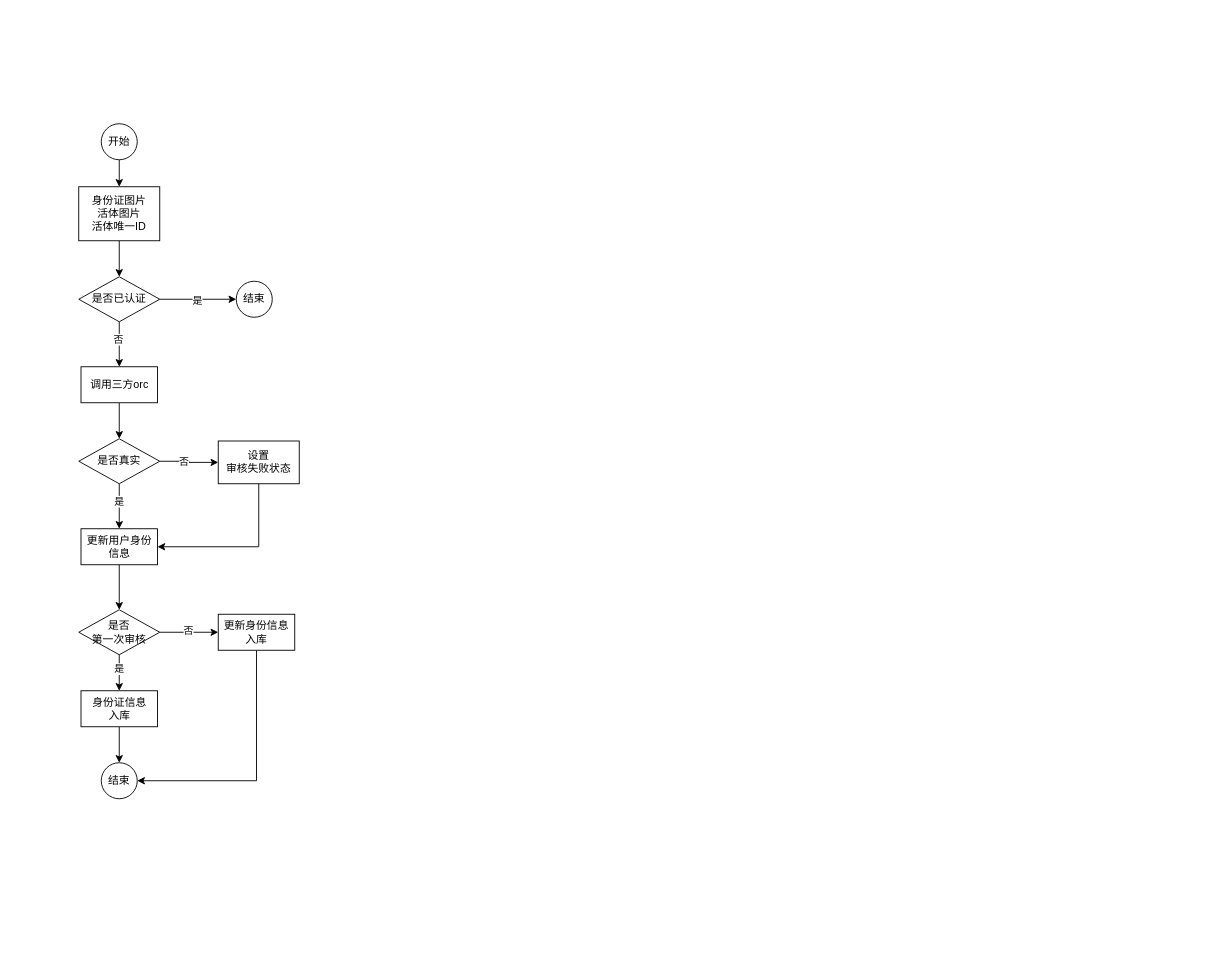
The draw.io diagram 身份认证流程.drawio in jarcn/pic, before the edit. Source tidied: cells renumbered, new cells numbered last; positions are measured from the earlier drawing's top-left corner, leaving out a move shared by most shapes. Both pictures are drawn from the tidied source at 90%, with x=0, y=0 at pixel (78, 123).
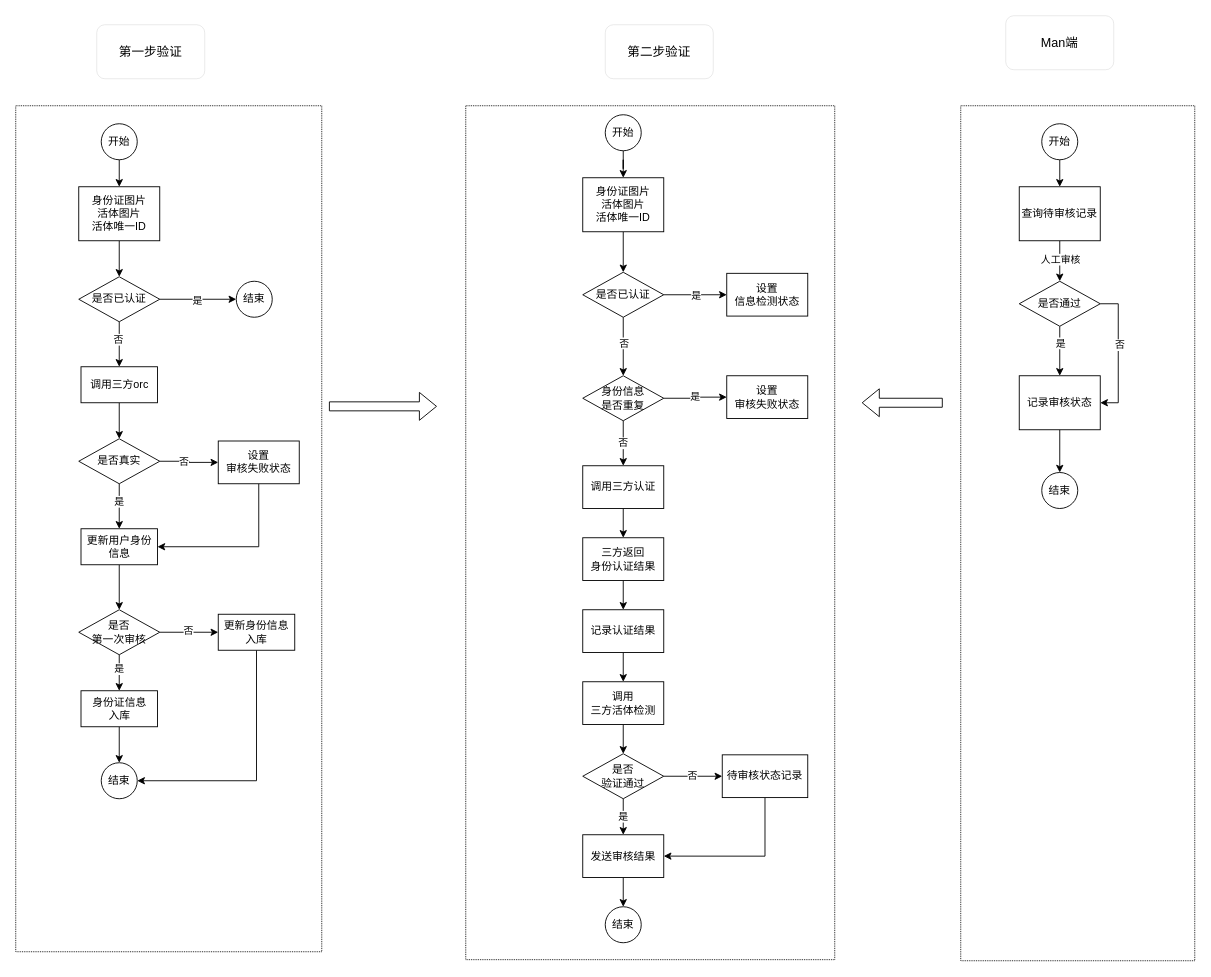
Above is the later version.

Commit message (it also covers changes not shown here):
Update 身份认证流程.drawio

The edit, as a diff of the source:
```diff
@@
+    <mxCell id="33" style="rounded=0;whiteSpace=wrap;html=1;dashed=1;dashPattern=1 1;fontSize=15;" parent="1" vertex="1">
+      <mxGeometry x="-70" y="-20" width="340" height="940" as="geometry" />
+    </mxCell>
+    <mxCell id="34" style="rounded=0;whiteSpace=wrap;html=1;dashed=1;dashPattern=1 1;" parent="1" vertex="1">
+      <mxGeometry x="980" y="-20" width="260" height="950" as="geometry" />
+    </mxCell>
+    <mxCell id="35" style="rounded=0;whiteSpace=wrap;html=1;dashed=1;dashPattern=1 1;" parent="1" vertex="1">
+      <mxGeometry x="430" y="-20" width="410" height="948.8" as="geometry" />
+    </mxCell>
@@
+    <mxCell id="36" style="edgeStyle=orthogonalEdgeStyle;rounded=0;jettySize=auto;html=1;exitX=0.5;exitY=1;exitDx=0;exitDy=0;" parent="1" edge="1" source="37" target="39">
+      <mxGeometry relative="1" as="geometry" />
+    </mxCell>
+    <mxCell id="37" value="开始" style="ellipse;whiteSpace=wrap;html=1;" parent="1" vertex="1">
+      <mxGeometry x="585" y="-10" width="40" height="40" as="geometry" />
+    </mxCell>
+    <mxCell id="38" style="edgeStyle=orthogonalEdgeStyle;rounded=0;jettySize=auto;html=1;exitX=0.5;exitY=1;exitDx=0;exitDy=0;entryX=0.5;entryY=0;entryDx=0;entryDy=0;" parent="1" edge="1" source="39" target="44">
+      <mxGeometry relative="1" as="geometry" />
+    </mxCell>
+    <mxCell id="39" value="身份证图片&lt;br&gt;活体图片&lt;br&gt;活体唯一ID" style="rounded=0;whiteSpace=wrap;html=1;" parent="1" vertex="1">
+      <mxGeometry x="560" y="60" width="90" height="60" as="geometry" />
+    </mxCell>
+    <mxCell id="40" style="edgeStyle=orthogonalEdgeStyle;rounded=0;jettySize=auto;html=1;exitX=1;exitY=0.5;exitDx=0;exitDy=0;" parent="1" edge="1" source="44" target="45">
+      <mxGeometry relative="1" as="geometry" />
+    </mxCell>
+    <mxCell id="41" value="是" style="edgeLabel;html=1;align=center;verticalAlign=middle;" parent="40" vertex="1">
+      <mxGeometry relative="1" as="geometry" />
+    </mxCell>
+    <mxCell id="42" style="edgeStyle=orthogonalEdgeStyle;rounded=0;jettySize=auto;html=1;exitX=0.5;exitY=1;exitDx=0;exitDy=0;entryX=0.5;entryY=0;entryDx=0;entryDy=0;" parent="1" edge="1" source="44" target="48">
+      <mxGeometry relative="1" as="geometry" />
+    </mxCell>
+    <mxCell id="43" value="否" style="edgeLabel;html=1;align=center;verticalAlign=middle;" parent="42" vertex="1">
+      <mxGeometry x="-0.15" relative="1" as="geometry" />
+    </mxCell>
+    <mxCell id="44" value="是否已认证" style="rhombus;whiteSpace=wrap;html=1;" parent="1" vertex="1">
+      <mxGeometry x="560" y="165" width="90" height="50" as="geometry" />
+    </mxCell>
+    <mxCell id="45" value="设置&lt;br&gt;信息检测状态" style="rounded=0;whiteSpace=wrap;html=1;" parent="1" vertex="1">
+      <mxGeometry x="720" y="166.2" width="90" height="47.5" as="geometry" />
+    </mxCell>
+    <mxCell id="46" value="是" style="edgeStyle=orthogonalEdgeStyle;rounded=0;jettySize=auto;html=1;entryX=0;entryY=0.5;entryDx=0;entryDy=0;" parent="1" edge="1" source="48" target="49">
+      <mxGeometry relative="1" as="geometry" />
+    </mxCell>
+    <mxCell id="47" value="否" style="edgeStyle=orthogonalEdgeStyle;rounded=0;jettySize=auto;html=1;exitX=0.5;exitY=1;exitDx=0;exitDy=0;" parent="1" edge="1" source="48" target="51">
+      <mxGeometry relative="1" as="geometry" />
+    </mxCell>
+    <mxCell id="48" value="身份信息&lt;br&gt;是否重复" style="rhombus;whiteSpace=wrap;html=1;" parent="1" vertex="1">
+      <mxGeometry x="560" y="280" width="90" height="50" as="geometry" />
+    </mxCell>
+    <mxCell id="49" value="设置&lt;br&gt;审核失败状态" style="rounded=0;whiteSpace=wrap;html=1;" parent="1" vertex="1">
+      <mxGeometry x="720" y="280" width="90" height="47.5" as="geometry" />
+    </mxCell>
+    <mxCell id="50" style="edgeStyle=orthogonalEdgeStyle;rounded=0;jettySize=auto;html=1;exitX=0.5;exitY=1;exitDx=0;exitDy=0;entryX=0.5;entryY=0;entryDx=0;entryDy=0;" parent="1" edge="1" source="51" target="53">
+      <mxGeometry relative="1" as="geometry" />
+    </mxCell>
+    <mxCell id="51" value="调用三方认证" style="rounded=0;whiteSpace=wrap;html=1;" parent="1" vertex="1">
+      <mxGeometry x="560" y="380" width="90" height="47.5" as="geometry" />
+    </mxCell>
+    <mxCell id="52" style="edgeStyle=orthogonalEdgeStyle;rounded=0;jettySize=auto;html=1;exitX=0.5;exitY=1;exitDx=0;exitDy=0;entryX=0.5;entryY=0;entryDx=0;entryDy=0;" parent="1" edge="1" source="53" target="55">
+      <mxGeometry relative="1" as="geometry" />
+    </mxCell>
+    <mxCell id="53" value="三方返回&lt;br&gt;身份认证结果" style="rounded=0;whiteSpace=wrap;html=1;" parent="1" vertex="1">
+      <mxGeometry x="560" y="460" width="90" height="47.5" as="geometry" />
+    </mxCell>
+    <mxCell id="54" style="edgeStyle=orthogonalEdgeStyle;rounded=0;jettySize=auto;html=1;exitX=0.5;exitY=1;exitDx=0;exitDy=0;entryX=0.5;entryY=0;entryDx=0;entryDy=0;" parent="1" edge="1" source="55" target="57">
+      <mxGeometry relative="1" as="geometry" />
+    </mxCell>
+    <mxCell id="55" value="记录认证结果" style="rounded=0;whiteSpace=wrap;html=1;" parent="1" vertex="1">
+      <mxGeometry x="560" y="540" width="90" height="47.5" as="geometry" />
+    </mxCell>
+    <mxCell id="56" style="edgeStyle=orthogonalEdgeStyle;rounded=0;jettySize=auto;html=1;exitX=0.5;exitY=1;exitDx=0;exitDy=0;entryX=0.5;entryY=0;entryDx=0;entryDy=0;" parent="1" edge="1" source="57" target="61">
+      <mxGeometry relative="1" as="geometry" />
+    </mxCell>
+    <mxCell id="57" value="调用&lt;br&gt;三方活体检测" style="rounded=0;whiteSpace=wrap;html=1;" parent="1" vertex="1">
+      <mxGeometry x="560" y="620" width="90" height="47.5" as="geometry" />
+    </mxCell>
+    <mxCell id="58" value="是" style="edgeStyle=orthogonalEdgeStyle;rounded=0;jettySize=auto;html=1;exitX=0.5;exitY=1;exitDx=0;exitDy=0;entryX=0.5;entryY=0;entryDx=0;entryDy=0;" parent="1" edge="1" source="61" target="63">
+      <mxGeometry relative="1" as="geometry" />
+    </mxCell>
+    <mxCell id="59" style="edgeStyle=orthogonalEdgeStyle;rounded=0;jettySize=auto;html=1;" parent="1" edge="1" source="61" target="66">
+      <mxGeometry relative="1" as="geometry" />
+    </mxCell>
+    <mxCell id="60" value="否" style="edgeLabel;html=1;align=center;verticalAlign=middle;" parent="59" vertex="1">
+      <mxGeometry x="-0.05" y="1" relative="1" as="geometry" />
+    </mxCell>
+    <mxCell id="61" value="是否&lt;br&gt;验证通过" style="rhombus;whiteSpace=wrap;html=1;" parent="1" vertex="1">
+      <mxGeometry x="560" y="700" width="90" height="50" as="geometry" />
+    </mxCell>
+    <mxCell id="62" style="edgeStyle=orthogonalEdgeStyle;rounded=0;jettySize=auto;html=1;exitX=0.5;exitY=1;exitDx=0;exitDy=0;entryX=0.5;entryY=0;entryDx=0;entryDy=0;" parent="1" edge="1" source="63" target="64">
+      <mxGeometry relative="1" as="geometry" />
+    </mxCell>
+    <mxCell id="63" value="发送审核结果" style="rounded=0;whiteSpace=wrap;html=1;" parent="1" vertex="1">
+      <mxGeometry x="560" y="790" width="90" height="47.5" as="geometry" />
+    </mxCell>
+    <mxCell id="64" value="结束" style="ellipse;whiteSpace=wrap;html=1;" parent="1" vertex="1">
+      <mxGeometry x="585" y="870" width="40" height="40" as="geometry" />
+    </mxCell>
+    <mxCell id="65" style="edgeStyle=orthogonalEdgeStyle;rounded=0;jettySize=auto;html=1;exitX=0.5;exitY=1;exitDx=0;exitDy=0;entryX=1;entryY=0.5;entryDx=0;entryDy=0;" parent="1" edge="1" source="66" target="63">
+      <mxGeometry relative="1" as="geometry" />
+    </mxCell>
+    <mxCell id="66" value="待审核状态记录" style="whiteSpace=wrap;html=1;" parent="1" vertex="1">
+      <mxGeometry x="715" y="701.2" width="95" height="47.5" as="geometry" />
+    </mxCell>
+    <mxCell id="67" style="edgeStyle=orthogonalEdgeStyle;rounded=0;jettySize=auto;html=1;exitX=0.5;exitY=1;exitDx=0;exitDy=0;entryX=0.5;entryY=0;entryDx=0;entryDy=0;" parent="1" edge="1" source="68" target="71">
+      <mxGeometry relative="1" as="geometry" />
+    </mxCell>
+    <mxCell id="68" value="开始" style="ellipse;whiteSpace=wrap;html=1;" parent="1" vertex="1">
+      <mxGeometry x="1070" width="40" height="40" as="geometry" />
+    </mxCell>
+    <mxCell id="69" style="edgeStyle=orthogonalEdgeStyle;rounded=0;jettySize=auto;html=1;exitX=0.5;exitY=1;exitDx=0;exitDy=0;entryX=0.5;entryY=0;entryDx=0;entryDy=0;" parent="1" edge="1" source="71" target="76">
+      <mxGeometry relative="1" as="geometry" />
+    </mxCell>
+    <mxCell id="70" value="人工审核" style="edgeLabel;html=1;align=center;verticalAlign=middle;" parent="69" vertex="1">
+      <mxGeometry x="-0.11" relative="1" as="geometry" />
+    </mxCell>
+    <mxCell id="71" value="查询待审核记录" style="rounded=0;whiteSpace=wrap;html=1;" parent="1" vertex="1">
+      <mxGeometry x="1045" y="70" width="90" height="60" as="geometry" />
+    </mxCell>
+    <mxCell id="72" style="edgeStyle=orthogonalEdgeStyle;rounded=0;jettySize=auto;html=1;exitX=0.5;exitY=1;exitDx=0;exitDy=0;" parent="1" edge="1" source="76" target="78">
+      <mxGeometry relative="1" as="geometry" />
+    </mxCell>
+    <mxCell id="73" value="是" style="edgeLabel;html=1;align=center;verticalAlign=middle;" parent="72" vertex="1">
+      <mxGeometry x="-0.35" relative="1" as="geometry" />
+    </mxCell>
+    <mxCell id="74" style="edgeStyle=orthogonalEdgeStyle;rounded=0;jettySize=auto;html=1;exitX=1;exitY=0.5;exitDx=0;exitDy=0;entryX=1;entryY=0.5;entryDx=0;entryDy=0;" parent="1" edge="1" source="76" target="78">
+      <mxGeometry relative="1" as="geometry" />
+    </mxCell>
+    <mxCell id="75" value="否" style="edgeLabel;html=1;align=center;verticalAlign=middle;" parent="74" vertex="1">
+      <mxGeometry x="-0.13" y="1" relative="1" as="geometry" />
+    </mxCell>
+    <mxCell id="76" value="是否通过" style="rhombus;whiteSpace=wrap;html=1;" parent="1" vertex="1">
+      <mxGeometry x="1045" y="175" width="90" height="50" as="geometry" />
+    </mxCell>
+    <mxCell id="77" style="edgeStyle=orthogonalEdgeStyle;rounded=0;jettySize=auto;html=1;exitX=0.5;exitY=1;exitDx=0;exitDy=0;entryX=0.5;entryY=0;entryDx=0;entryDy=0;" parent="1" edge="1" source="78" target="79">
+      <mxGeometry relative="1" as="geometry" />
+    </mxCell>
+    <mxCell id="78" value="记录审核状态" style="rounded=0;whiteSpace=wrap;html=1;" parent="1" vertex="1">
+      <mxGeometry x="1045" y="280" width="90" height="60" as="geometry" />
+    </mxCell>
+    <mxCell id="79" value="结束" style="ellipse;whiteSpace=wrap;html=1;" parent="1" vertex="1">
+      <mxGeometry x="1070" y="387.5" width="40" height="40" as="geometry" />
+    </mxCell>
+    <mxCell id="80" style="shape=flexArrow;endArrow=classic;html=1;rounded=0;" parent="1" edge="1">
+      <mxGeometry relative="1" as="geometry">
+        <mxPoint x="278" y="314" as="sourcePoint" />
+        <mxPoint x="398" y="314" as="targetPoint" />
+      </mxGeometry>
+    </mxCell>
+    <mxCell id="81" style="shape=flexArrow;endArrow=classic;html=1;rounded=0;" parent="1" edge="1">
+      <mxGeometry relative="1" as="geometry">
+        <mxPoint x="960" y="310" as="sourcePoint" />
+        <mxPoint x="870" y="310" as="targetPoint" />
+      </mxGeometry>
+    </mxCell>
+    <mxCell id="82" value="第一步验证" style="rounded=1;whiteSpace=wrap;html=1;fontSize=14;strokeWidth=0;" parent="1" vertex="1">
+      <mxGeometry x="20" y="-110" width="120" height="60" as="geometry" />
+    </mxCell>
+    <mxCell id="83" value="第二步验证" style="rounded=1;whiteSpace=wrap;html=1;dashed=1;dashPattern=1 1;fontSize=14;strokeWidth=0;" parent="1" vertex="1">
+      <mxGeometry x="585" y="-110" width="120" height="60" as="geometry" />
+    </mxCell>
+    <mxCell id="84" value="Man端" style="rounded=1;whiteSpace=wrap;html=1;dashed=1;dashPattern=1 1;fontSize=14;strokeWidth=0;" parent="1" vertex="1">
+      <mxGeometry x="1030" y="-120" width="120" height="60" as="geometry" />
+    </mxCell>
```
